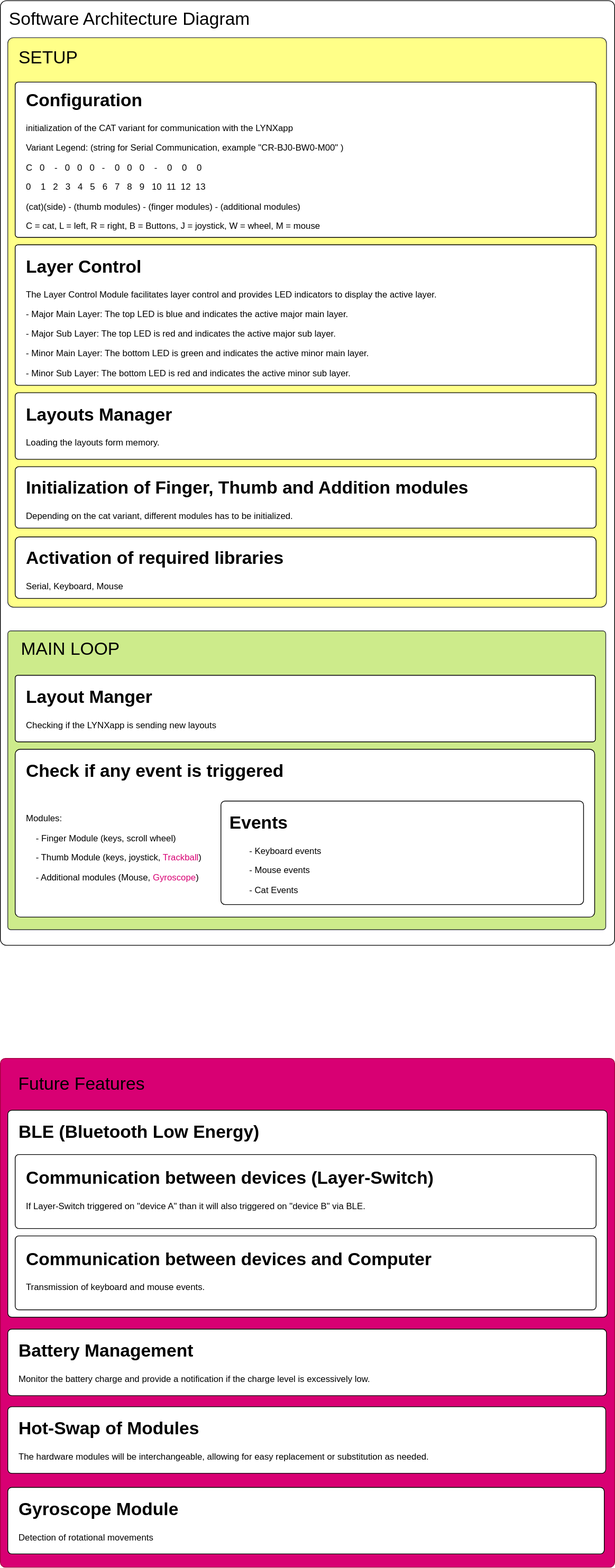
Earlier version of the draw.io export images/SAD.svg (LYNXware/cat_esp32s3_platformio-arduino__version_2). Source tidied: cells renumbered, new cells last; positions are measured from the earlier drawing's top-left corner, leaving out a move shared by most shapes.
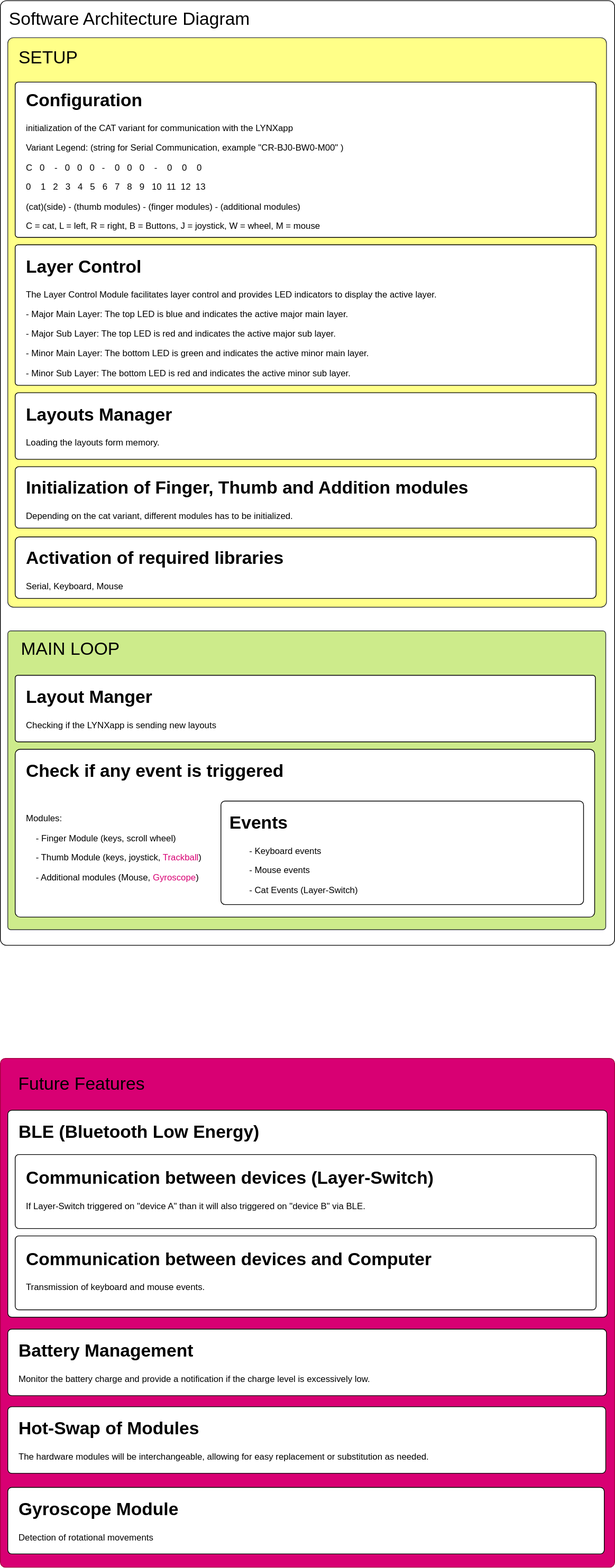
Later version of the same file.

Diff of the diagram source:
```diff
@@ -110,7 +110,7 @@
     <mxCell id="37" style="rounded=1;whiteSpace=wrap;html=1;arcSize=4;" parent="36" vertex="1">
       <mxGeometry x="58" width="490" height="140" as="geometry" />
     </mxCell>
-    <mxCell id="38" value="&lt;h1&gt;Events&amp;nbsp;&lt;/h1&gt;&lt;p&gt;&lt;span style=&quot;white-space: pre;&quot;&gt;&#9;&lt;/span&gt;- Keyboard events&lt;br&gt;&lt;/p&gt;&lt;p&gt;&lt;span style=&quot;white-space: pre;&quot;&gt;&#9;&lt;/span&gt;- Mouse events&lt;br&gt;&lt;/p&gt;&lt;p&gt;&lt;span style=&quot;white-space: pre;&quot;&gt;&#9;&lt;/span&gt;- Cat Events&lt;br&gt;&lt;/p&gt;" style="text;html=1;strokeColor=none;fillColor=none;spacing=5;spacingTop=-20;whiteSpace=wrap;overflow=hidden;rounded=0;" parent="36" vertex="1">
+    <mxCell id="38" value="&lt;h1&gt;Events&amp;nbsp;&lt;/h1&gt;&lt;p&gt;&lt;span style=&quot;white-space: pre;&quot;&gt;&#9;&lt;/span&gt;- Keyboard events&lt;br&gt;&lt;/p&gt;&lt;p&gt;&lt;span style=&quot;white-space: pre;&quot;&gt;&#9;&lt;/span&gt;- Mouse events&lt;br&gt;&lt;/p&gt;&lt;p&gt;&lt;span style=&quot;white-space: pre;&quot;&gt;&#9;&lt;/span&gt;- Cat Events (Layer-Switch)&lt;br&gt;&lt;/p&gt;" style="text;html=1;strokeColor=none;fillColor=none;spacing=5;spacingTop=-20;whiteSpace=wrap;overflow=hidden;rounded=0;" parent="36" vertex="1">
       <mxGeometry x="65.3" y="10" width="447.3" height="120" as="geometry" />
     </mxCell>
     <mxCell id="39" style="rounded=1;whiteSpace=wrap;html=1;arcSize=7;" parent="1" vertex="1">
```
